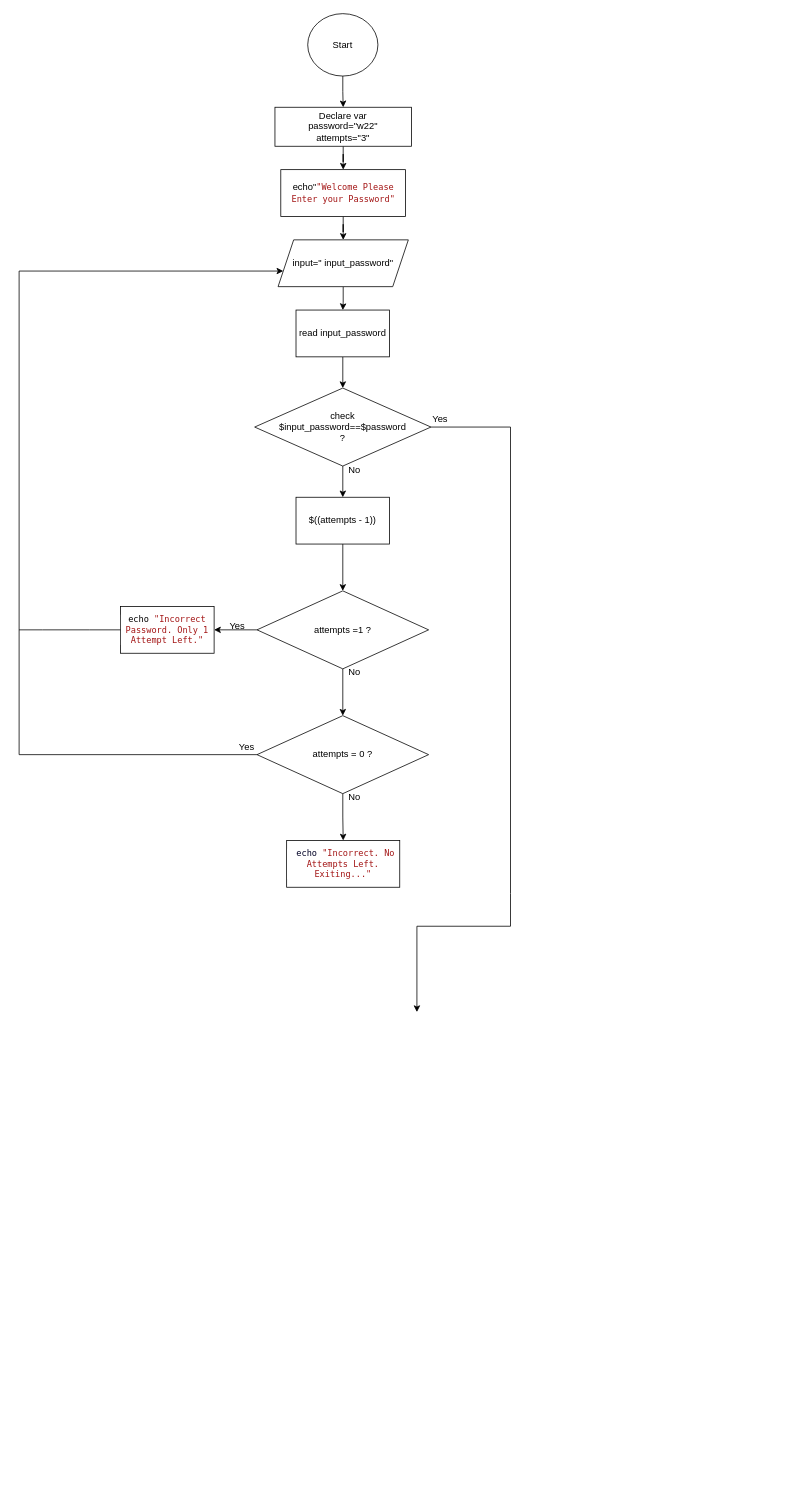
This is Untitled Diagram.drawio from bankpromkaew/comp1236Project, a draw.io file, before an edit. Source tidied: cells renumbered, new cells numbered last; positions are measured from the earlier drawing's top-left corner, leaving out a move shared by most shapes. Both pictures are drawn from the tidied source at 78%, with x=0, y=0 at pixel (19, 13).
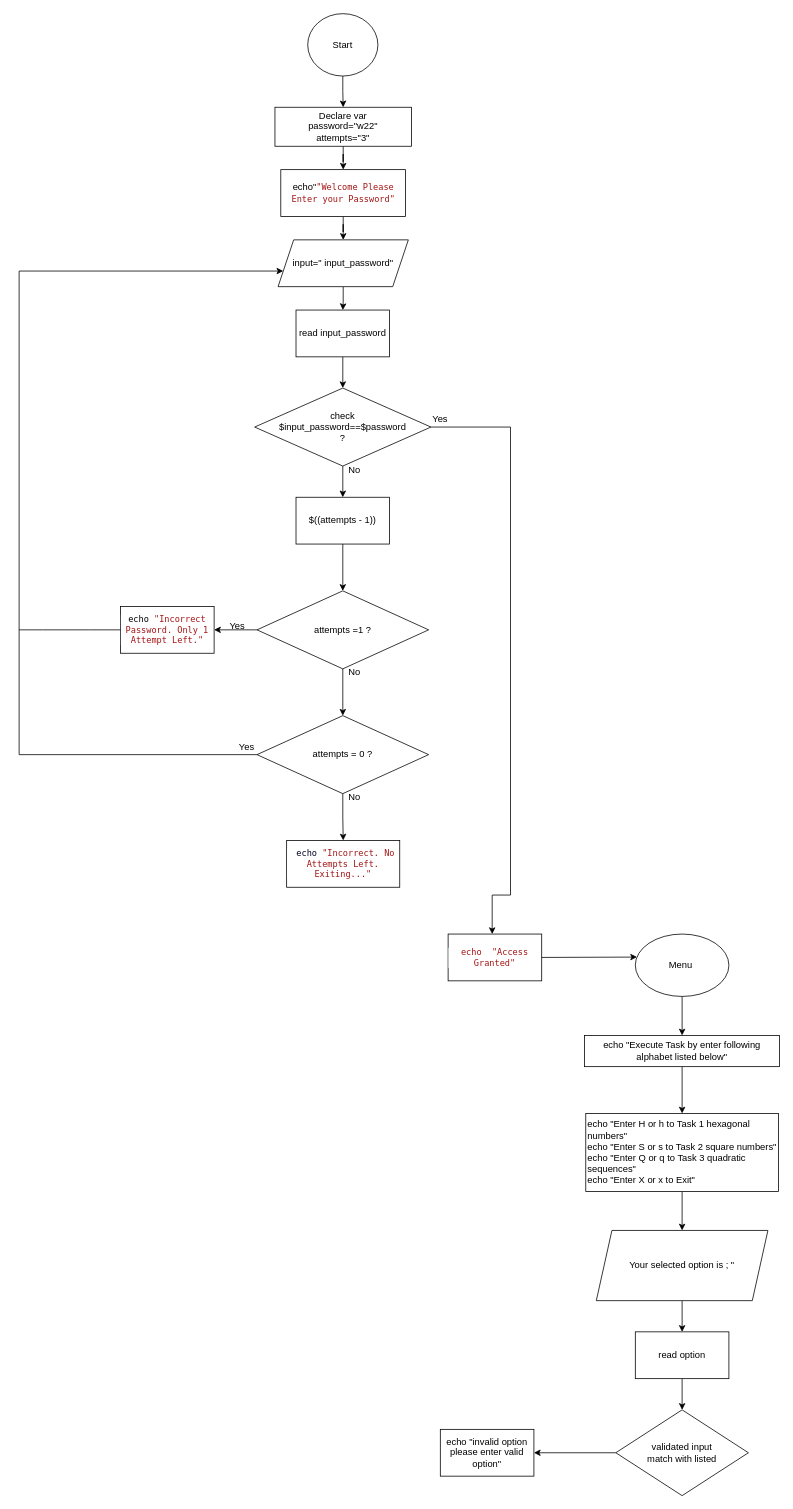
The same page after the edit.

The change refers to these unchanged cells:
```xml
<mxCell id="11" value="check&lt;div&gt;$input_password==$password&lt;/div&gt;&lt;div&gt;?&lt;/div&gt;" style="rhombus;whiteSpace=wrap;html=1;" parent="1" vertex="1">
  <mxGeometry x="302" y="480" width="226" height="100" as="geometry" />
</mxCell>
```

Change to the diagram source:
```diff
@@
     <mxCell id="23" style="endArrow=none;html=1;rounded=0;exitX=1;exitY=0.5;exitDx=0;exitDy=0;" parent="1" edge="1" source="11">
       <mxGeometry relative="1" as="geometry">
-        <mxPoint x="630" y="1170" as="targetPoint" />
+        <mxPoint x="630" y="1130" as="targetPoint" />
         <Array as="points">
           <mxPoint x="630" y="530" />
-          <mxPoint x="630" y="1128" />
         </Array>
       </mxGeometry>
     </mxCell>
     <mxCell id="24" style="endArrow=classic;html=1;rounded=0;" parent="1" edge="1">
       <mxGeometry relative="1" as="geometry">
-        <mxPoint x="630" y="1170" as="sourcePoint" />
-        <mxPoint x="510" y="1280" as="targetPoint" />
+        <mxPoint x="630" y="1130" as="sourcePoint" />
+        <mxPoint x="606.5" y="1180" as="targetPoint" />
         <Array as="points">
-          <mxPoint x="510" y="1170" />
+          <mxPoint x="606.5" y="1130" />
         </Array>
       </mxGeometry>
     </mxCell>
@@
+    <mxCell id="33" value="&lt;p style=&quot;margin: 0px; font-style: normal; font-variant-caps: normal; font-stretch: normal; font-size: 11px; line-height: normal; font-family: Menlo; font-size-adjust: none; font-kerning: auto; font-variant-alternates: normal; font-variant-ligatures: normal; font-variant-numeric: normal; font-variant-east-asian: normal; font-variant-position: normal; font-feature-settings: normal; font-optical-sizing: auto; font-variation-settings: normal; color: rgb(163, 21, 21); background-color: rgb(255, 255, 255);&quot;&gt;echo &amp;nbsp;&quot;Access Granted&quot;&lt;/p&gt;" style="rounded=0;whiteSpace=wrap;html=1;" parent="1" vertex="1">
+      <mxGeometry x="550" y="1180" width="120" height="60" as="geometry" />
+    </mxCell>
+    <mxCell id="34" style="edgeStyle=none;rounded=0;jettySize=auto;html=1;" parent="1" edge="1" source="35" target="37">
+      <mxGeometry relative="1" as="geometry" />
+    </mxCell>
+    <mxCell id="35" value="Menu&amp;nbsp;" style="ellipse;whiteSpace=wrap;html=1;" parent="1" vertex="1">
+      <mxGeometry x="790" y="1180" width="120" height="80" as="geometry" />
+    </mxCell>
+    <mxCell id="36" style="edgeStyle=none;rounded=0;jettySize=auto;html=1;" parent="1" edge="1" source="37" target="39">
+      <mxGeometry relative="1" as="geometry" />
+    </mxCell>
+    <mxCell id="37" value="echo &quot;Execute Task by enter following alphabet listed below&quot;" style="rounded=0;whiteSpace=wrap;html=1;" parent="1" vertex="1">
+      <mxGeometry x="725" y="1310" width="250" height="40" as="geometry" />
+    </mxCell>
+    <mxCell id="38" style="edgeStyle=none;rounded=0;jettySize=auto;html=1;" parent="1" edge="1" source="39" target="41">
+      <mxGeometry relative="1" as="geometry" />
+    </mxCell>
+    <mxCell id="39" value="&lt;div&gt;echo &quot;Enter H or h to Task 1 hexagonal numbers&quot;&lt;/div&gt;&lt;div&gt;echo &quot;Enter S or s to Task 2 square numbers&quot;&lt;/div&gt;&lt;div&gt;echo &quot;Enter Q or q to Task 3 quadratic sequences&quot;&lt;/div&gt;&lt;div&gt;echo &quot;Enter X or x to Exit&quot;&lt;/div&gt;" style="rounded=0;whiteSpace=wrap;html=1;align=left;" parent="1" vertex="1">
+      <mxGeometry x="726.5" y="1410" width="247" height="100" as="geometry" />
+    </mxCell>
+    <mxCell id="40" style="edgeStyle=none;rounded=0;jettySize=auto;html=1;" parent="1" edge="1" source="41" target="43">
+      <mxGeometry relative="1" as="geometry" />
+    </mxCell>
+    <mxCell id="41" value="Your selected option is ; &quot;" style="shape=parallelogram;perimeter=parallelogramPerimeter;whiteSpace=wrap;html=1;fixedSize=1;" parent="1" vertex="1">
+      <mxGeometry x="740" y="1560" width="220" height="90" as="geometry" />
+    </mxCell>
+    <mxCell id="42" style="edgeStyle=none;rounded=0;jettySize=auto;html=1;" parent="1" edge="1" source="43" target="44">
+      <mxGeometry relative="1" as="geometry" />
+    </mxCell>
+    <mxCell id="43" value="read option" style="rounded=0;whiteSpace=wrap;html=1;" parent="1" vertex="1">
+      <mxGeometry x="790" y="1690" width="120" height="60" as="geometry" />
+    </mxCell>
+    <mxCell id="44" value="validated input&lt;div&gt;match with listed&lt;/div&gt;" style="rhombus;whiteSpace=wrap;html=1;" parent="1" vertex="1">
+      <mxGeometry x="765" y="1790" width="170" height="110" as="geometry" />
+    </mxCell>
+    <mxCell id="45" value="echo &quot;invalid option please enter valid option&quot;" style="rounded=0;whiteSpace=wrap;html=1;" parent="1" vertex="1">
+      <mxGeometry x="540" y="1815" width="120" height="60" as="geometry" />
+    </mxCell>
+    <mxCell id="46" style="edgeStyle=none;rounded=0;orthogonalLoop=1;jettySize=auto;html=1;exitX=1;exitY=0.5;exitDx=0;exitDy=0;" parent="1" edge="1" source="45" target="45">
+      <mxGeometry relative="1" as="geometry" />
+    </mxCell>
+    <mxCell id="47" style="endArrow=classic;html=1;rounded=0;entryX=1;entryY=0.5;entryDx=0;entryDy=0;exitX=0;exitY=0.5;exitDx=0;exitDy=0;" parent="1" edge="1" source="44" target="45">
+      <mxGeometry relative="1" as="geometry" />
+    </mxCell>
+    <mxCell id="48" style="endArrow=classic;html=1;rounded=0;entryX=0.018;entryY=0.369;entryDx=0;entryDy=0;entryPerimeter=0;" parent="1" edge="1" target="35">
+      <mxGeometry relative="1" as="geometry">
+        <mxPoint x="670" y="1210" as="sourcePoint" />
+      </mxGeometry>
+    </mxCell>
```
